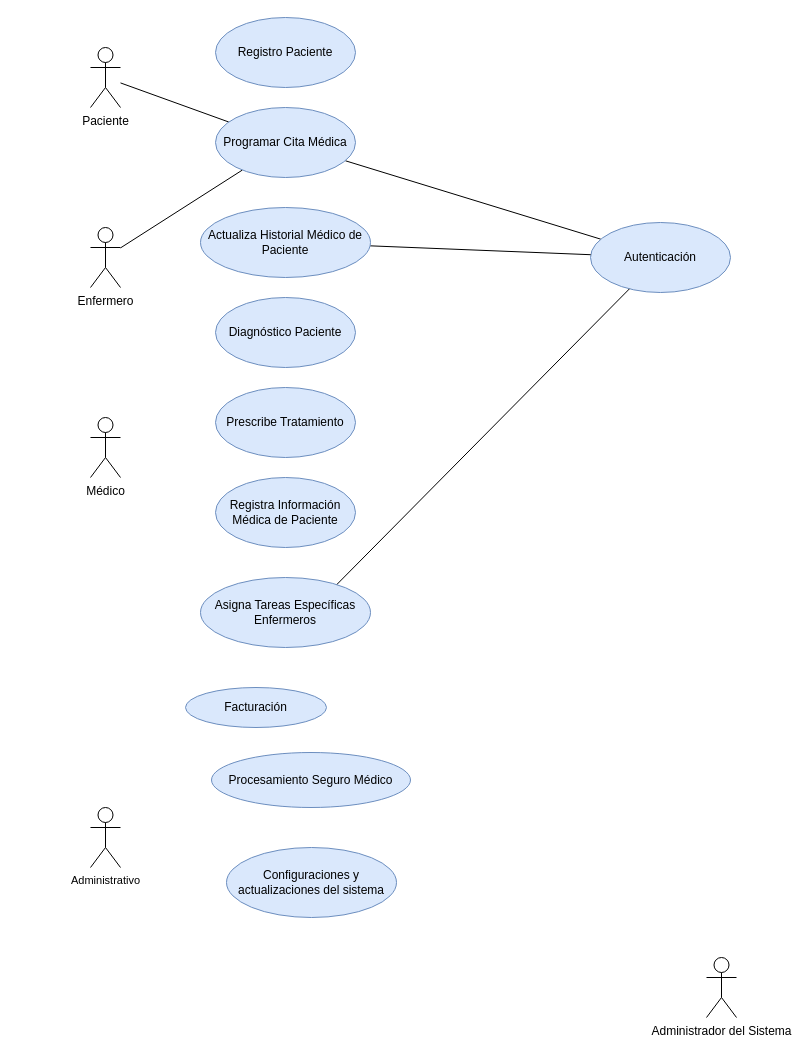
CGMarval/ets keeps this draw.io diagram as Unidad_1/Diagramas-CasosDeUsos.drawio. Above is the earlier version. Source tidied: cells renumbered, new cells numbered last; positions are measured from the earlier drawing's top-left corner, leaving out a move shared by most shapes. Both pictures are drawn from the tidied source at 100%, with x=0, y=0 at pixel (90, 17).
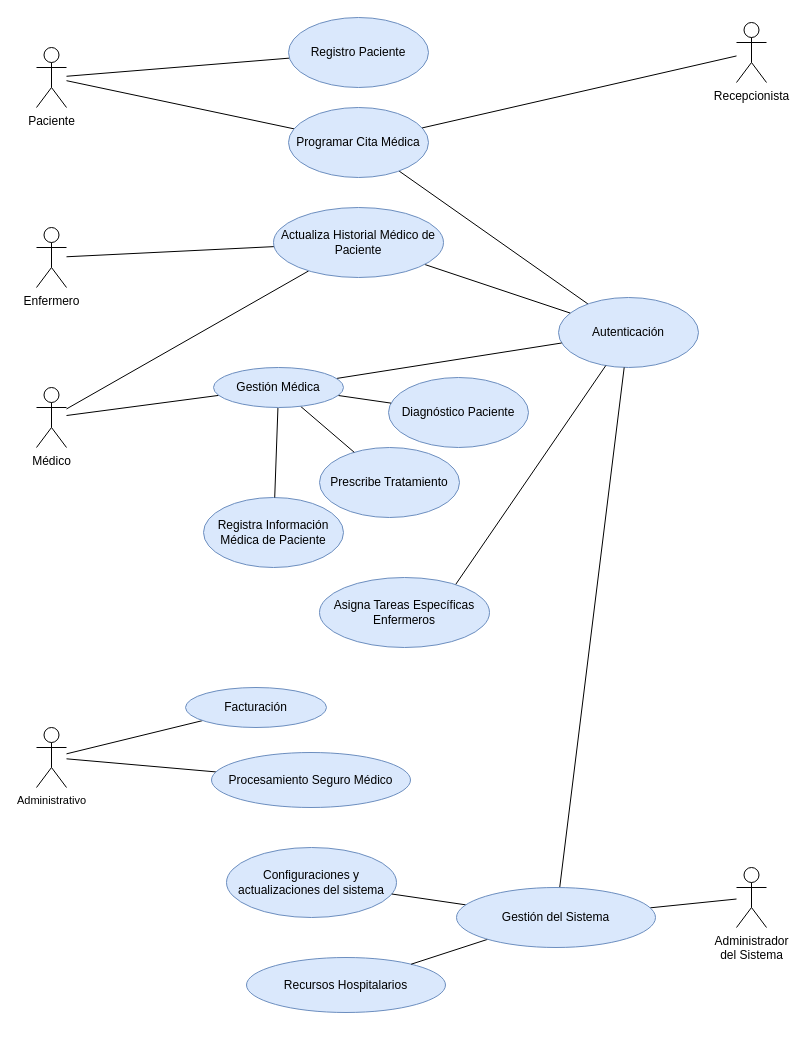
Above is the later version.

Unchanged cells that the change refers to:
```xml
<mxCell id="19" value="Configuraciones y actualizaciones del sistema" style="ellipse;whiteSpace=wrap;html=1;fillColor=#dae8fc;strokeColor=#6c8ebf;" parent="1" vertex="1">
  <mxGeometry x="136" y="830" width="170" height="70" as="geometry" />
</mxCell>
<mxCell id="21" value="Procesamiento Seguro Médico" style="ellipse;whiteSpace=wrap;html=1;fillColor=#dae8fc;strokeColor=#6c8ebf;" parent="1" vertex="1">
  <mxGeometry x="121" y="735" width="199" height="55" as="geometry" />
</mxCell>
<mxCell id="22" value="Facturación" style="ellipse;whiteSpace=wrap;html=1;fillColor=#dae8fc;strokeColor=#6c8ebf;" parent="1" vertex="1">
  <mxGeometry x="95" y="670" width="141" height="40" as="geometry" />
</mxCell>
```

The edit, as a diff of the source:
```diff
@@
+    <mxCell id="23" style="edgeStyle=none;shape=connector;rounded=0;jettySize=auto;html=1;labelBackgroundColor=default;strokeColor=default;align=center;verticalAlign=middle;fontFamily=Helvetica;fontSize=11;fontColor=default;endArrow=none;endFill=0;" parent="1" edge="1" source="2" target="34">
+      <mxGeometry relative="1" as="geometry" />
+    </mxCell>
-    <mxCell id="2" value="Administrador del Sistema" style="shape=umlActor;verticalLabelPosition=bottom;verticalAlign=top;html=1;outlineConnect=0;" parent="1" vertex="1">
-      <mxGeometry x="616" y="940" width="30" height="60" as="geometry" />
+    <mxCell id="2" value="Administrador &lt;br&gt;del Sistema" style="shape=umlActor;verticalLabelPosition=bottom;verticalAlign=top;html=1;outlineConnect=0;" parent="1" vertex="1">
+      <mxGeometry x="646" y="850" width="30" height="60" as="geometry" />
     </mxCell>
-    <mxCell id="3" style="rounded=0;jettySize=auto;html=1;endArrow=none;endFill=0;" parent="1" edge="1" source="4" target="10">
-      <mxGeometry relative="1" as="geometry" />
-    </mxCell>
+    <mxCell id="24" style="edgeStyle=none;shape=connector;rounded=0;jettySize=auto;html=1;labelBackgroundColor=default;strokeColor=default;align=center;verticalAlign=middle;fontFamily=Helvetica;fontSize=11;fontColor=default;endArrow=none;endFill=0;" parent="1" edge="1" source="4" target="16">
+      <mxGeometry relative="1" as="geometry" />
+    </mxCell>
     <mxCell id="4" value="Enfermero" style="shape=umlActor;verticalLabelPosition=bottom;verticalAlign=top;html=1;outlineConnect=0;" parent="1" vertex="1">
-      <mxGeometry y="210" width="30" height="60" as="geometry" />
+      <mxGeometry x="-54" y="210" width="30" height="60" as="geometry" />
     </mxCell>
+    <mxCell id="25" style="edgeStyle=none;shape=connector;rounded=0;jettySize=auto;html=1;labelBackgroundColor=default;strokeColor=default;align=center;verticalAlign=middle;fontFamily=Helvetica;fontSize=11;fontColor=default;endArrow=none;endFill=0;" parent="1" edge="1" source="5" target="39">
+      <mxGeometry relative="1" as="geometry" />
+    </mxCell>
+    <mxCell id="26" style="edgeStyle=none;shape=connector;rounded=0;jettySize=auto;html=1;labelBackgroundColor=default;strokeColor=default;align=center;verticalAlign=middle;fontFamily=Helvetica;fontSize=11;fontColor=default;endArrow=none;endFill=0;" parent="1" edge="1" source="5" target="16">
+      <mxGeometry relative="1" as="geometry" />
+    </mxCell>
     <mxCell id="5" value="Médico" style="shape=umlActor;verticalLabelPosition=bottom;verticalAlign=top;html=1;outlineConnect=0;" parent="1" vertex="1">
-      <mxGeometry y="400" width="30" height="60" as="geometry" />
+      <mxGeometry x="-54" y="370" width="30" height="60" as="geometry" />
     </mxCell>
@@
+    <mxCell id="27" style="edgeStyle=none;shape=connector;rounded=0;jettySize=auto;html=1;labelBackgroundColor=default;strokeColor=default;align=center;verticalAlign=middle;fontFamily=Helvetica;fontSize=11;fontColor=default;endArrow=none;endFill=0;" parent="1" edge="1" source="7" target="8">
+      <mxGeometry relative="1" as="geometry" />
+    </mxCell>
     <mxCell id="7" value="Paciente" style="shape=umlActor;verticalLabelPosition=bottom;verticalAlign=top;html=1;outlineConnect=0;" parent="1" vertex="1">
-      <mxGeometry y="30" width="30" height="60" as="geometry" />
+      <mxGeometry x="-54" y="30" width="30" height="60" as="geometry" />
     </mxCell>
     <mxCell id="8" value="Registro Paciente" style="ellipse;whiteSpace=wrap;html=1;fillColor=#dae8fc;strokeColor=#6c8ebf;" parent="1" vertex="1">
-      <mxGeometry x="125" width="140" height="70" as="geometry" />
+      <mxGeometry x="198" width="140" height="70" as="geometry" />
     </mxCell>
@@
     <mxCell id="10" value="Programar Cita Médica" style="ellipse;whiteSpace=wrap;html=1;fillColor=#dae8fc;strokeColor=#6c8ebf;" parent="1" vertex="1">
-      <mxGeometry x="125" y="90" width="140" height="70" as="geometry" />
+      <mxGeometry x="198" y="90" width="140" height="70" as="geometry" />
     </mxCell>
     <mxCell id="11" value="Autenticación" style="ellipse;whiteSpace=wrap;html=1;fillColor=#dae8fc;strokeColor=#6c8ebf;" parent="1" vertex="1">
-      <mxGeometry x="500" y="205" width="140" height="70" as="geometry" />
+      <mxGeometry x="468" y="280" width="140" height="70" as="geometry" />
     </mxCell>
     <mxCell id="12" value="Diagnóstico Paciente" style="ellipse;whiteSpace=wrap;html=1;fillColor=#dae8fc;strokeColor=#6c8ebf;" parent="1" vertex="1">
-      <mxGeometry x="125" y="280" width="140" height="70" as="geometry" />
+      <mxGeometry x="298" y="360" width="140" height="70" as="geometry" />
     </mxCell>
     <mxCell id="13" value="Prescribe Tratamiento" style="ellipse;whiteSpace=wrap;html=1;fillColor=#dae8fc;strokeColor=#6c8ebf;" parent="1" vertex="1">
-      <mxGeometry x="125" y="370" width="140" height="70" as="geometry" />
+      <mxGeometry x="229" y="430" width="140" height="70" as="geometry" />
     </mxCell>
     <mxCell id="14" value="Registra Información Médica de Paciente" style="ellipse;whiteSpace=wrap;html=1;fillColor=#dae8fc;strokeColor=#6c8ebf;" parent="1" vertex="1">
-      <mxGeometry x="125" y="460" width="140" height="70" as="geometry" />
+      <mxGeometry x="113" y="480" width="140" height="70" as="geometry" />
     </mxCell>
@@
     <mxCell id="16" value="Actualiza Historial Médico de Paciente" style="ellipse;whiteSpace=wrap;html=1;fillColor=#dae8fc;strokeColor=#6c8ebf;" parent="1" vertex="1">
-      <mxGeometry x="110" y="190" width="170" height="70" as="geometry" />
+      <mxGeometry x="183" y="190" width="170" height="70" as="geometry" />
     </mxCell>
@@
     <mxCell id="18" value="Asigna Tareas Específicas Enfermeros" style="ellipse;whiteSpace=wrap;html=1;fillColor=#dae8fc;strokeColor=#6c8ebf;" parent="1" vertex="1">
-      <mxGeometry x="110" y="560" width="170" height="70" as="geometry" />
+      <mxGeometry x="229" y="560" width="170" height="70" as="geometry" />
     </mxCell>
@@
+    <mxCell id="28" style="edgeStyle=none;shape=connector;rounded=0;jettySize=auto;html=1;labelBackgroundColor=default;strokeColor=default;align=center;verticalAlign=middle;fontFamily=Helvetica;fontSize=11;fontColor=default;endArrow=none;endFill=0;" parent="1" edge="1" source="20" target="22">
+      <mxGeometry relative="1" as="geometry" />
+    </mxCell>
+    <mxCell id="29" style="edgeStyle=none;shape=connector;rounded=0;jettySize=auto;html=1;labelBackgroundColor=default;strokeColor=default;align=center;verticalAlign=middle;fontFamily=Helvetica;fontSize=11;fontColor=default;endArrow=none;endFill=0;" parent="1" edge="1" source="20" target="21">
+      <mxGeometry relative="1" as="geometry" />
+    </mxCell>
     <mxCell id="20" value="Administrativo" style="shape=umlActor;html=1;verticalLabelPosition=bottom;verticalAlign=top;align=center;fontFamily=Helvetica;fontSize=11;fontColor=default;" parent="1" vertex="1">
-      <mxGeometry y="790" width="30" height="60" as="geometry" />
+      <mxGeometry x="-54" y="710" width="30" height="60" as="geometry" />
     </mxCell>
@@
+    <mxCell id="30" value="Recursos Hospitalarios" style="ellipse;whiteSpace=wrap;html=1;fillColor=#dae8fc;strokeColor=#6c8ebf;" parent="1" vertex="1">
+      <mxGeometry x="156" y="940" width="199" height="55" as="geometry" />
+    </mxCell>
+    <mxCell id="31" style="edgeStyle=none;shape=connector;rounded=0;jettySize=auto;html=1;labelBackgroundColor=default;strokeColor=default;align=center;verticalAlign=middle;fontFamily=Helvetica;fontSize=11;fontColor=default;endArrow=none;endFill=0;" parent="1" edge="1" source="34" target="11">
+      <mxGeometry relative="1" as="geometry" />
+    </mxCell>
+    <mxCell id="32" style="edgeStyle=none;shape=connector;rounded=0;jettySize=auto;html=1;labelBackgroundColor=default;strokeColor=default;align=center;verticalAlign=middle;fontFamily=Helvetica;fontSize=11;fontColor=default;endArrow=none;endFill=0;" parent="1" edge="1" source="34" target="19">
+      <mxGeometry relative="1" as="geometry" />
+    </mxCell>
+    <mxCell id="33" style="edgeStyle=none;shape=connector;rounded=0;jettySize=auto;html=1;labelBackgroundColor=default;strokeColor=default;align=center;verticalAlign=middle;fontFamily=Helvetica;fontSize=11;fontColor=default;endArrow=none;endFill=0;" parent="1" edge="1" source="34" target="30">
+      <mxGeometry relative="1" as="geometry" />
+    </mxCell>
+    <mxCell id="34" value="Gestión del Sistema" style="ellipse;whiteSpace=wrap;html=1;fillColor=#dae8fc;strokeColor=#6c8ebf;" parent="1" vertex="1">
+      <mxGeometry x="366" y="870" width="199" height="60" as="geometry" />
+    </mxCell>
+    <mxCell id="35" style="edgeStyle=none;shape=connector;rounded=0;jettySize=auto;html=1;labelBackgroundColor=default;strokeColor=default;align=center;verticalAlign=middle;fontFamily=Helvetica;fontSize=11;fontColor=default;endArrow=none;endFill=0;" parent="1" edge="1" source="39" target="14">
+      <mxGeometry relative="1" as="geometry" />
+    </mxCell>
+    <mxCell id="36" style="edgeStyle=none;shape=connector;rounded=0;jettySize=auto;html=1;labelBackgroundColor=default;strokeColor=default;align=center;verticalAlign=middle;fontFamily=Helvetica;fontSize=11;fontColor=default;endArrow=none;endFill=0;" parent="1" edge="1" source="39" target="13">
+      <mxGeometry relative="1" as="geometry" />
+    </mxCell>
+    <mxCell id="37" style="edgeStyle=none;shape=connector;rounded=0;jettySize=auto;html=1;labelBackgroundColor=default;strokeColor=default;align=center;verticalAlign=middle;fontFamily=Helvetica;fontSize=11;fontColor=default;endArrow=none;endFill=0;" parent="1" edge="1" source="39" target="12">
+      <mxGeometry relative="1" as="geometry" />
+    </mxCell>
+    <mxCell id="38" style="edgeStyle=none;shape=connector;rounded=0;jettySize=auto;html=1;labelBackgroundColor=default;strokeColor=default;align=center;verticalAlign=middle;fontFamily=Helvetica;fontSize=11;fontColor=default;endArrow=none;endFill=0;" parent="1" edge="1" source="39" target="11">
+      <mxGeometry relative="1" as="geometry" />
+    </mxCell>
+    <mxCell id="39" value="Gestión Médica" style="ellipse;whiteSpace=wrap;html=1;fillColor=#dae8fc;strokeColor=#6c8ebf;" parent="1" vertex="1">
+      <mxGeometry x="123" y="350" width="130" height="40" as="geometry" />
+    </mxCell>
+    <mxCell id="40" style="edgeStyle=none;shape=connector;rounded=0;jettySize=auto;html=1;labelBackgroundColor=default;strokeColor=default;align=center;verticalAlign=middle;fontFamily=Helvetica;fontSize=11;fontColor=default;endArrow=none;endFill=0;" parent="1" edge="1" source="41" target="10">
+      <mxGeometry relative="1" as="geometry" />
+    </mxCell>
+    <mxCell id="41" value="Recepcionista" style="shape=umlActor;verticalLabelPosition=bottom;verticalAlign=top;html=1;outlineConnect=0;" parent="1" vertex="1">
+      <mxGeometry x="646" y="5" width="30" height="60" as="geometry" />
+    </mxCell>
```
